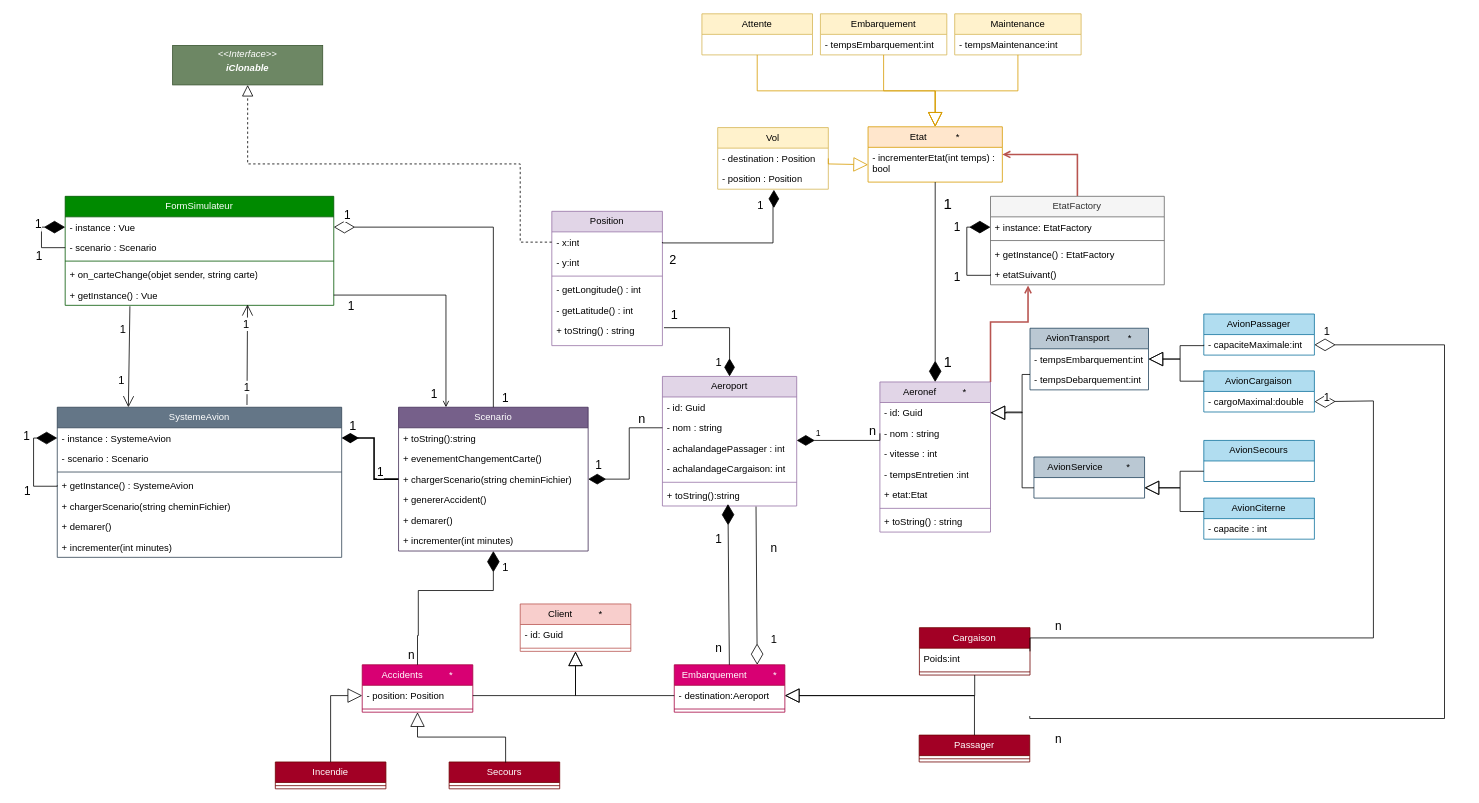
Earlier version of the draw.io diagram AviyonsSimulateur.drawio (felixcharbonneau/Echec). Source tidied: cells renumbered, new cells numbered last; positions are measured from the earlier drawing's top-left corner, leaving out a move shared by most shapes. Both pictures are drawn from the tidied source at 79%, with x=0, y=0 at pixel (33, 13).
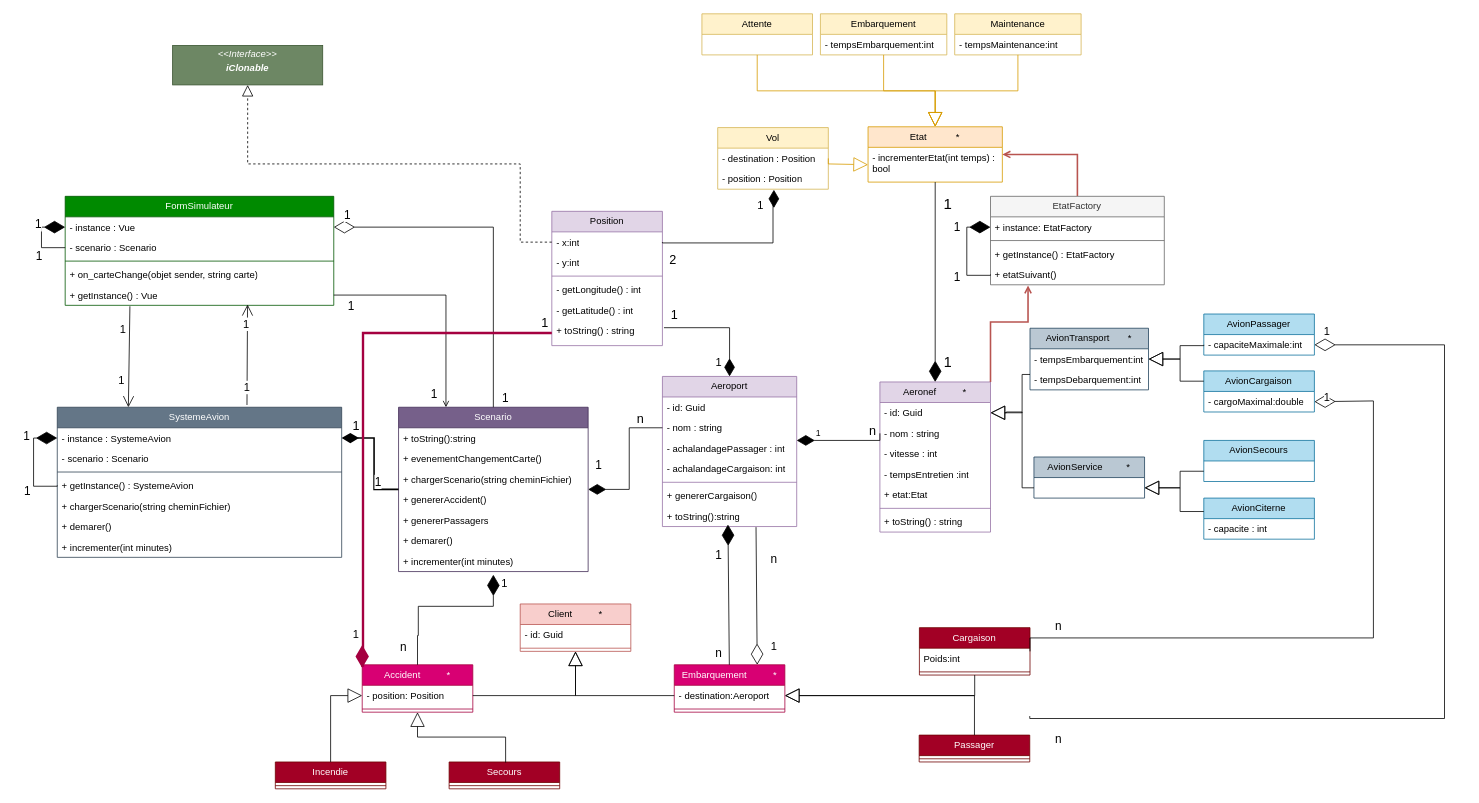
The same page after the edit.

Unchanged cells that the change refers to:
```xml
<mxCell id="101" value="+ toString() : string" style="text;strokeColor=none;fillColor=none;align=left;verticalAlign=top;spacingLeft=4;spacingRight=4;overflow=hidden;points=[[0,0.5],[1,0.5]];portConstraint=eastwest;whiteSpace=wrap;html=1;" parent="95" vertex="1">
  <mxGeometry y="138" width="140" height="32" as="geometry" />
</mxCell>
```

What changed in the source:
```diff
@@
     <mxCell id="13" value="Scenario" style="swimlane;fontStyle=0;horizontal=1;startSize=26;fillColor=#76608a;whiteSpace=wrap;html=1;strokeColor=#432D57;fontColor=#ffffff;" parent="1" vertex="1">
-      <mxGeometry x="462" y="498" width="240" height="182" as="geometry" />
+      <mxGeometry x="462" y="498" width="240" height="208" as="geometry" />
     </mxCell>
@@
+    <mxCell id="163" value="+ genererPassagers" style="text;strokeColor=none;fillColor=none;align=left;verticalAlign=top;spacingLeft=4;spacingRight=4;overflow=hidden;whiteSpace=wrap;html=1;" parent="13" vertex="1">
+      <mxGeometry y="130" width="240" height="26" as="geometry" />
+    </mxCell>
     <mxCell id="18" value="+ demarer()" style="text;strokeColor=none;fillColor=none;align=left;verticalAlign=top;spacingLeft=4;spacingRight=4;overflow=hidden;whiteSpace=wrap;html=1;" parent="13" vertex="1">
-      <mxGeometry y="130" width="240" height="26" as="geometry" />
+      <mxGeometry y="156" width="240" height="26" as="geometry" />
     </mxCell>
     <mxCell id="19" value="+ incrementer(int minutes)" style="text;strokeColor=none;fillColor=none;align=left;verticalAlign=top;spacingLeft=4;spacingRight=4;overflow=hidden;whiteSpace=wrap;html=1;" parent="13" vertex="1">
-      <mxGeometry y="156" width="240" height="26" as="geometry" />
+      <mxGeometry y="182" width="240" height="26" as="geometry" />
     </mxCell>
@@
     <mxCell id="44" value="Aeroport" style="swimlane;fontStyle=0;horizontal=1;startSize=26;fillColor=#e1d5e7;whiteSpace=wrap;html=1;strokeColor=#9673a6;" parent="1" vertex="1">
-      <mxGeometry x="796" y="459" width="170" height="164" as="geometry" />
+      <mxGeometry x="796" y="459" width="170" height="190" as="geometry" />
     </mxCell>
@@
+    <mxCell id="164" value="+ genererCargaison()" style="text;strokeColor=none;fillColor=none;align=left;verticalAlign=top;spacingLeft=4;spacingRight=4;overflow=hidden;whiteSpace=wrap;html=1;" parent="44" vertex="1">
+      <mxGeometry y="138" width="170" height="26" as="geometry" />
+    </mxCell>
     <mxCell id="50" value="+ toString():string" style="text;strokeColor=none;fillColor=none;align=left;verticalAlign=top;spacingLeft=4;spacingRight=4;overflow=hidden;points=[[0,0.5],[1,0.5]];portConstraint=eastwest;whiteSpace=wrap;html=1;" parent="44" vertex="1">
-      <mxGeometry y="138" width="170" height="26" as="geometry" />
+      <mxGeometry y="164" width="170" height="26" as="geometry" />
     </mxCell>
@@
-    <mxCell id="128" value="Accidents&amp;nbsp; &amp;nbsp; &amp;nbsp; &amp;nbsp; &amp;nbsp; *" style="swimlane;fontStyle=0;horizontal=1;startSize=26;fillColor=#d80073;whiteSpace=wrap;html=1;strokeColor=#A50040;fontColor=#ffffff;" parent="1" vertex="1">
+    <mxCell id="128" value="Accident&amp;nbsp; &amp;nbsp; &amp;nbsp; &amp;nbsp; &amp;nbsp; *" style="swimlane;fontStyle=0;horizontal=1;startSize=26;fillColor=#d80073;whiteSpace=wrap;html=1;strokeColor=#A50040;fontColor=#ffffff;" parent="1" vertex="1">
       <mxGeometry x="416" y="824" width="140" height="60" as="geometry" />
     </mxCell>
@@
     <mxCell id="142" style="endArrow=diamondThin;endFill=1;endSize=24;html=1;rounded=0;exitX=0.5;exitY=0;exitDx=0;exitDy=0;edgeStyle=orthogonalEdgeStyle;" parent="1" edge="1" source="128">
       <mxGeometry relative="1" as="geometry">
-        <mxPoint x="582" y="680" as="targetPoint" />
+        <mxPoint x="582" y="710" as="targetPoint" />
         <Array as="points">
           <mxPoint x="486" y="787" />
           <mxPoint x="487" y="787" />
-          <mxPoint x="487" y="730" />
-          <mxPoint x="582" y="730" />
+          <mxPoint x="487" y="750" />
+          <mxPoint x="582" y="750" />
         </Array>
       </mxGeometry>
     </mxCell>
@@
     <mxCell id="144" value="n" style="edgeLabel;html=1;align=center;verticalAlign=middle;fontSize=15;" parent="142" vertex="1">
       <mxGeometry x="-0.5" y="-1" relative="1" as="geometry">
-        <mxPoint x="-11" y="45" as="offset" />
+        <mxPoint x="-21" y="28" as="offset" />
       </mxGeometry>
     </mxCell>
@@
+    <mxCell id="165" style="edgeStyle=orthogonalEdgeStyle;rounded=0;jettySize=auto;html=1;endArrow=diamondThin;endFill=1;endSize=20;exitX=0;exitY=0.5;exitDx=0;exitDy=0;entryX=0.063;entryY=0.046;entryDx=0;entryDy=0;fillColor=#d80073;strokeColor=#A50040;strokeWidth=3;entryPerimeter=0;" parent="1" edge="1" source="101">
+      <mxGeometry relative="1" as="geometry">
+        <mxPoint x="416" y="827.9" as="targetPoint" />
+        <Array as="points">
+          <mxPoint x="417" y="404" />
+          <mxPoint x="417" y="825" />
+          <mxPoint x="416" y="825" />
+        </Array>
+      </mxGeometry>
+    </mxCell>
+    <mxCell id="166" value="1" style="edgeLabel;html=1;align=center;verticalAlign=middle;fontSize=16;" parent="165" vertex="1">
+      <mxGeometry x="-0.66" y="-3" relative="1" as="geometry">
+        <mxPoint x="103" y="-11" as="offset" />
+      </mxGeometry>
+    </mxCell>
+    <mxCell id="167" value="&lt;font style=&quot;font-size: 14px;&quot;&gt;1&lt;/font&gt;" style="edgeLabel;html=1;align=center;verticalAlign=middle;" parent="165" vertex="1">
+      <mxGeometry x="0.5" y="1" relative="1" as="geometry">
+        <mxPoint x="-11" y="122" as="offset" />
+      </mxGeometry>
+    </mxCell>
```
